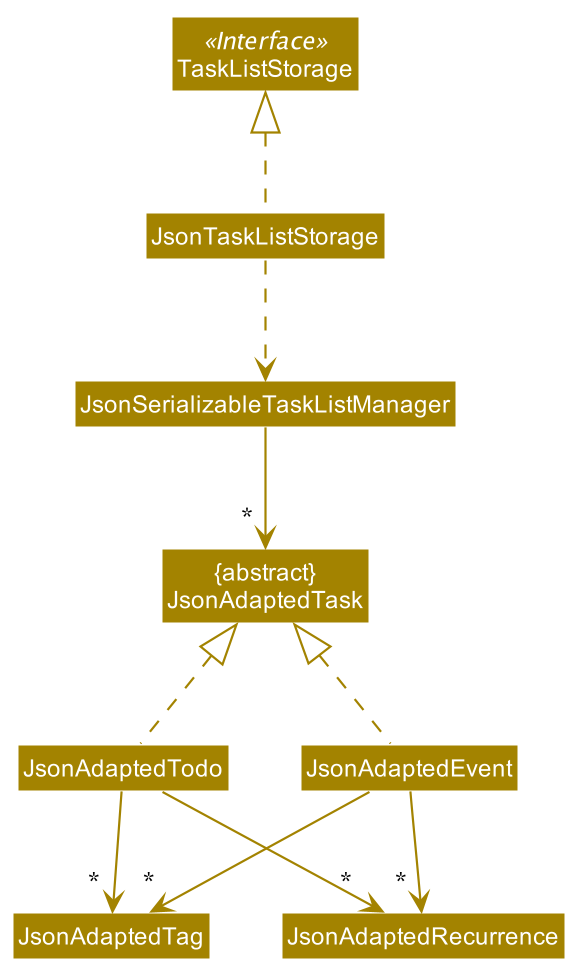
The PlantUML diagram docs/images/storage/TaskListStorageClassDiagram.png in urieltan/tp, before a commit.
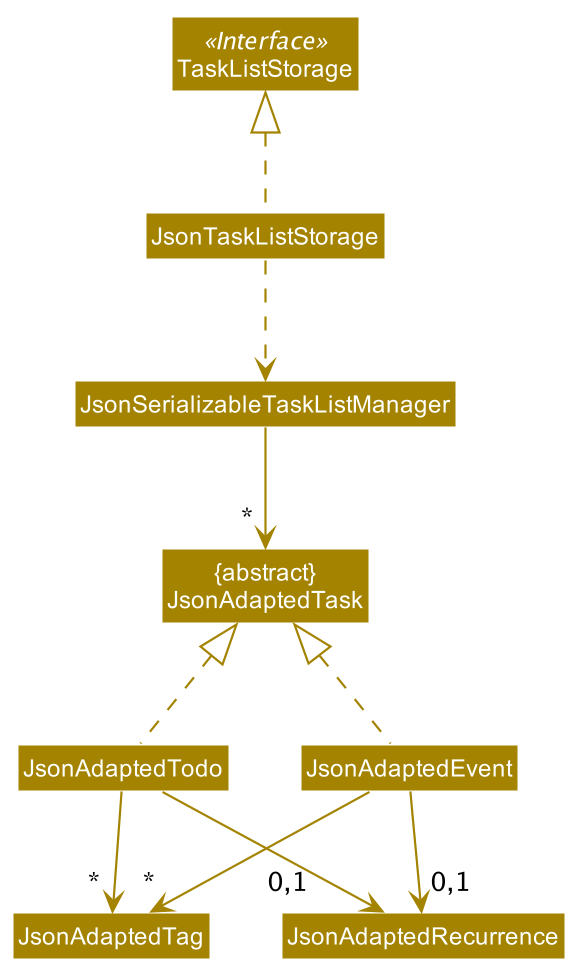
After the change.

What changed in the source:
```diff
@@ -65,7 +65,7 @@
 
 JsonAdaptedTodo --> " * " JsonAdaptedTag
 JsonAdaptedEvent --> " * " JsonAdaptedTag
-JsonAdaptedTodo --> " * " JsonAdaptedRecurrence
-JsonAdaptedEvent --> " * " JsonAdaptedRecurrence
+JsonAdaptedTodo --> " 0,1     " JsonAdaptedRecurrence
+JsonAdaptedEvent --> "0,1 " JsonAdaptedRecurrence
 
 @enduml
```
